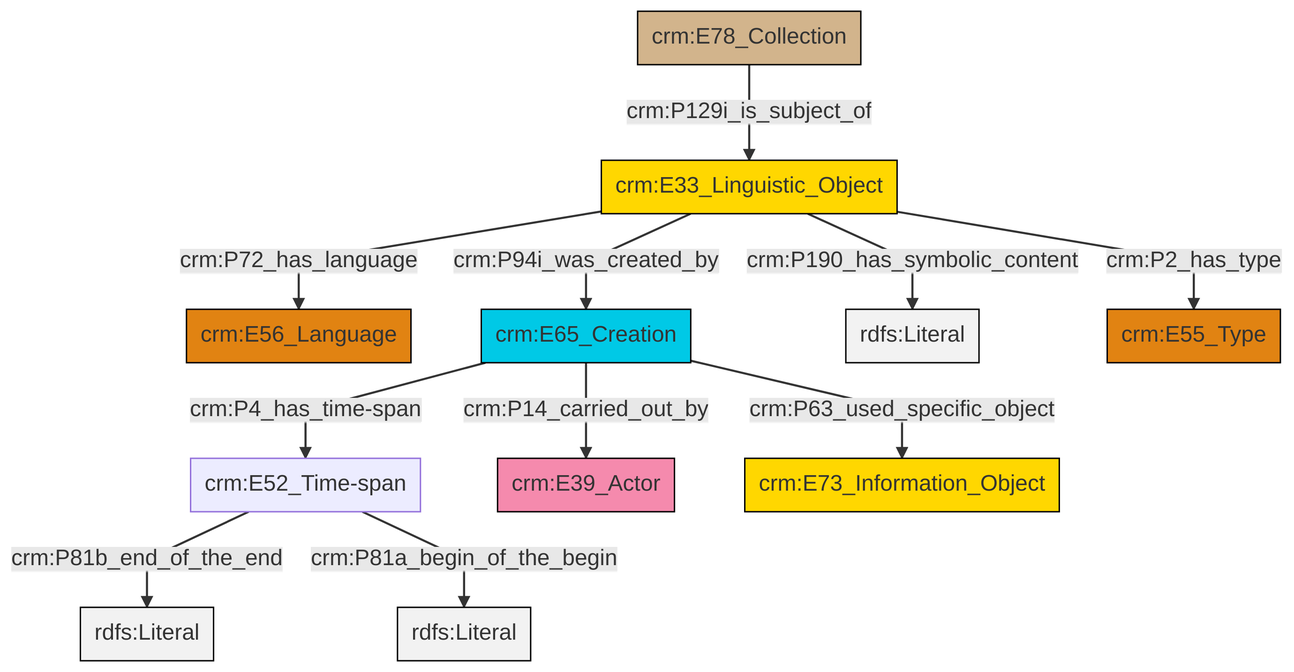
The Mermaid diagram et/archivalCSV/ttl/mmd/png/archival_desc.png in swiss-art-research-net/docs.swissartresearch, before a commit. Its source is kept beside it as et/archivalCSV/ttl/mmd/archival_desc.ttl.mmd.
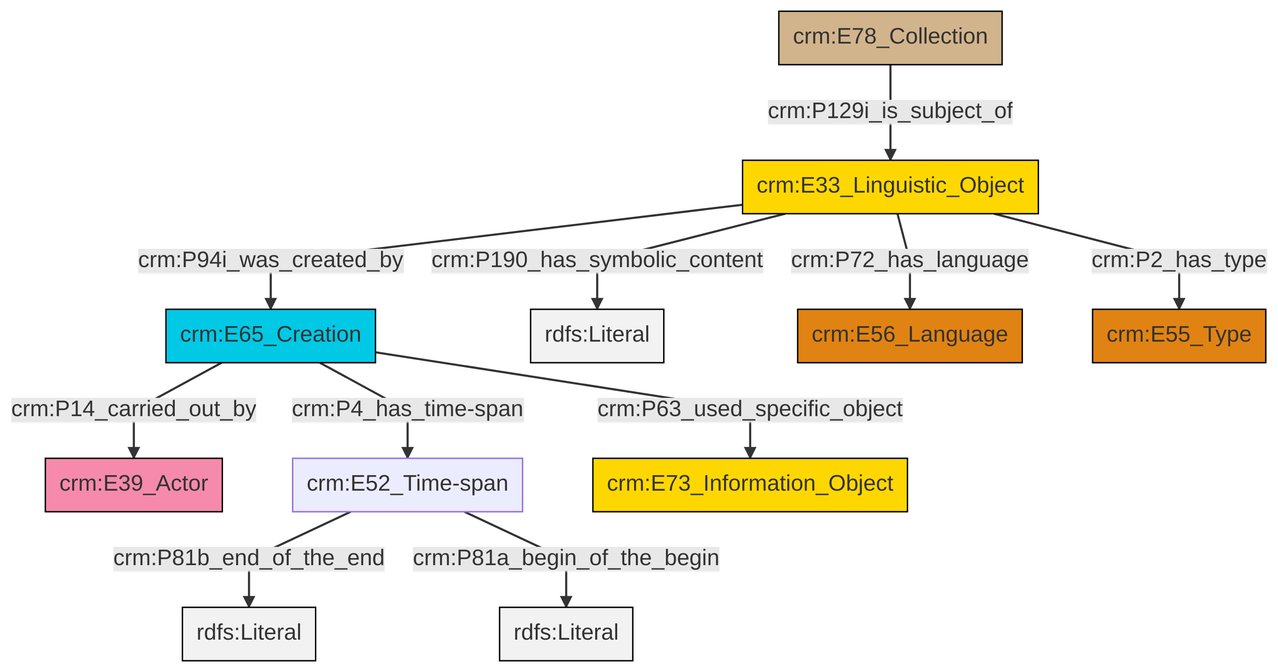
Above is the later version.

Change to the diagram source:
```diff
@@ -13,13 +13,13 @@
 classDef PC_Classes fill:#4ce600, stroke:#000000;
 classDef Multi fill:#cccccc,stroke:#000000;
 
-0["crm:E33_Linguistic_Object"]:::Conceptual_Object -->|crm:P94i_was_created_by| 4["crm:E65_Creation"]:::Temporal_Entity
-5["crm:E52_Time-span"]:::Default -->|crm:P81b_end_of_the_end| 6[rdfs:Literal]:::Literal
-4["crm:E65_Creation"]:::Temporal_Entity -->|crm:P14_carried_out_by| 7["crm:E39_Actor"]:::Actor
-0["crm:E33_Linguistic_Object"]:::Conceptual_Object -->|crm:P190_has_symbolic_content| 12[rdfs:Literal]:::Literal
-0["crm:E33_Linguistic_Object"]:::Conceptual_Object -->|crm:P2_has_type| 13["crm:E55_Type"]:::Type
-10["crm:E78_Collection"]:::Physical_Thing -->|crm:P129i_is_subject_of| 0["crm:E33_Linguistic_Object"]:::Conceptual_Object
-4["crm:E65_Creation"]:::Temporal_Entity -->|crm:P4_has_time-span| 5["crm:E52_Time-span"]:::Default
-5["crm:E52_Time-span"]:::Default -->|crm:P81a_begin_of_the_begin| 14[rdfs:Literal]:::Literal
-0["crm:E33_Linguistic_Object"]:::Conceptual_Object -->|crm:P72_has_language| 2["crm:E56_Language"]:::Type
-4["crm:E65_Creation"]:::Temporal_Entity -->|crm:P63_used_specific_object| 15["crm:E73_Information_Object"]:::Conceptual_Object
+0["crm:E65_Creation"]:::Temporal_Entity -->|crm:P14_carried_out_by| 1["crm:E39_Actor"]:::Actor
+2["crm:E52_Time-span"]:::Default -->|crm:P81b_end_of_the_end| 4[rdfs:Literal]:::Literal
+5["crm:E33_Linguistic_Object"]:::Conceptual_Object -->|crm:P190_has_symbolic_content| 6[rdfs:Literal]:::Literal
+5["crm:E33_Linguistic_Object"]:::Conceptual_Object -->|crm:P72_has_language| 7["crm:E56_Language"]:::Type
+5["crm:E33_Linguistic_Object"]:::Conceptual_Object -->|crm:P94i_was_created_by| 0["crm:E65_Creation"]:::Temporal_Entity
+8["crm:E78_Collection"]:::Physical_Thing -->|crm:P129i_is_subject_of| 5["crm:E33_Linguistic_Object"]:::Conceptual_Object
+0["crm:E65_Creation"]:::Temporal_Entity -->|crm:P4_has_time-span| 2["crm:E52_Time-span"]:::Default
+2["crm:E52_Time-span"]:::Default -->|crm:P81a_begin_of_the_begin| 11[rdfs:Literal]:::Literal
+0["crm:E65_Creation"]:::Temporal_Entity -->|crm:P63_used_specific_object| 12["crm:E73_Information_Object"]:::Conceptual_Object
+5["crm:E33_Linguistic_Object"]:::Conceptual_Object -->|crm:P2_has_type| 17["crm:E55_Type"]:::Type
```
